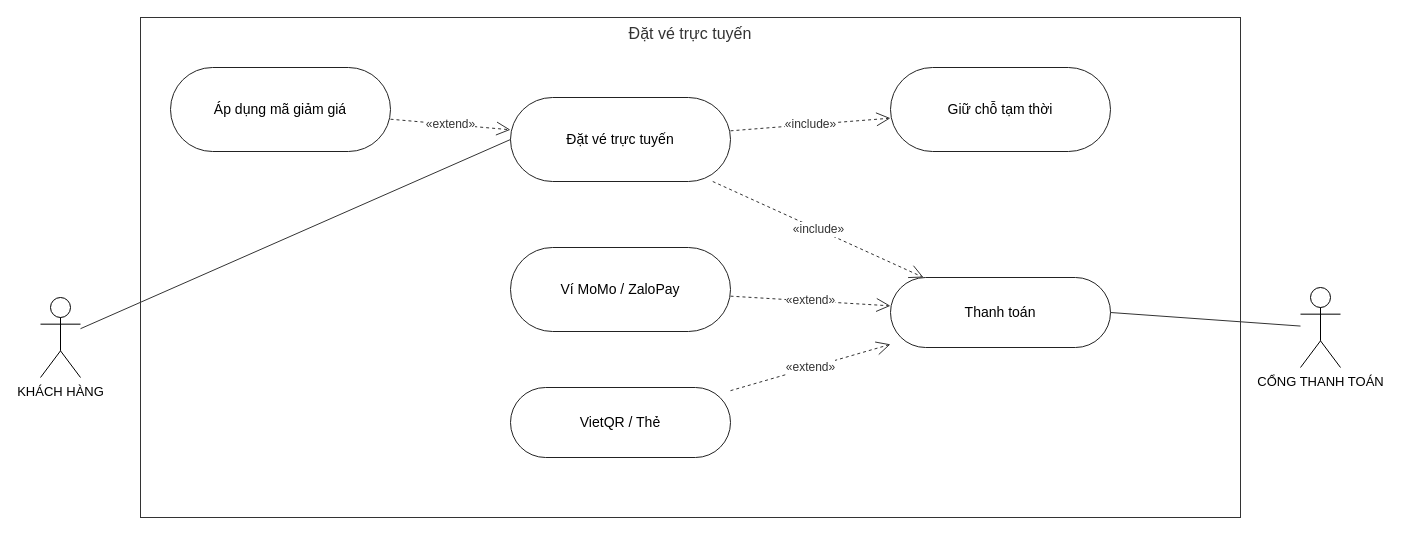
Longcodepro/Project_OOAD_HK1_2026-2027 keeps this draw.io diagram as page "8. Đặt vé trực tuyến" (8 of 19) of docs/use-case/UseCase_DatVeXeKhach.drawio. Above is the earlier version. Source tidied: cells renumbered, new cells numbered last; positions are measured from the earlier drawing's top-left corner, leaving out a move shared by most shapes. Both pictures are drawn from the tidied source at 100%, with x=0, y=0 at pixel (40, 17).
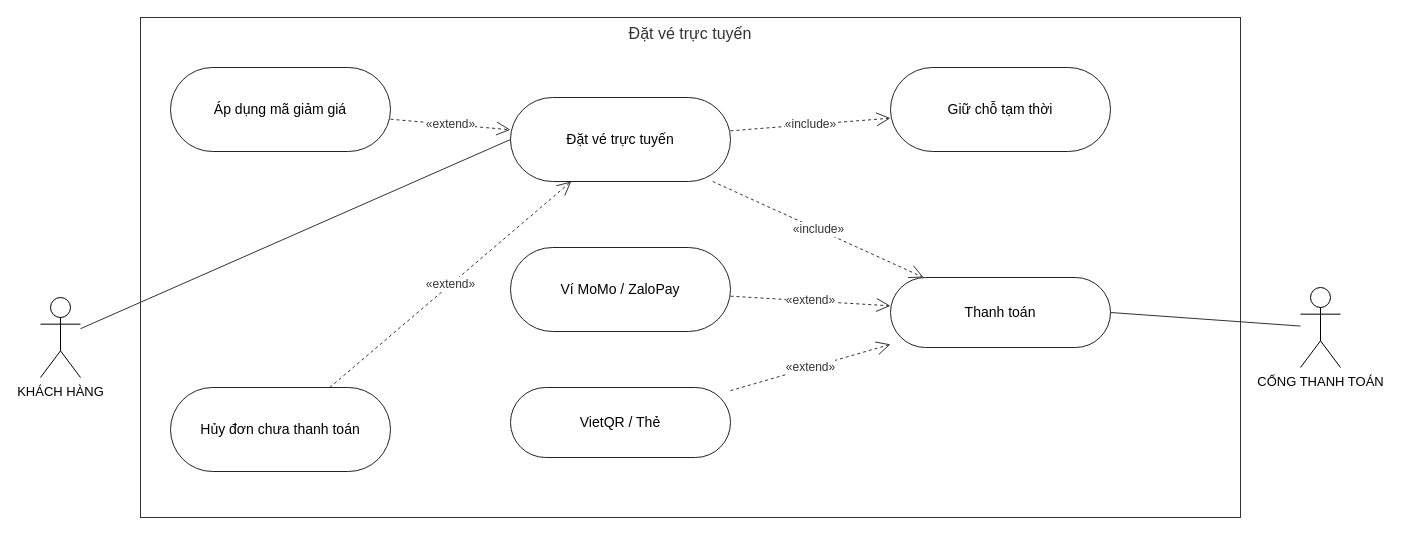
The same page after the edit.

What changed in the source:
```diff
@@
 <mxGraphModel background="#ffffff">
   <root>
     <mxCell id="0" />
     <mxCell id="1" parent="0" />
     <mxCell id="2" value="Đặt vé trực tuyến" style="rounded=0;whiteSpace=wrap;html=1;verticalAlign=top;fontSize=16;fillColor=none;strokeColor=#333333;fontColor=#333333;" parent="1" vertex="1">
       <mxGeometry x="100" width="1100" height="500" as="geometry" />
     </mxCell>
     <mxCell id="3" value="KHÁCH HÀNG" style="shape=umlActor;verticalLabelPosition=bottom;verticalAlign=top;html=1;outlineConnect=0;fontSize=13;fontColor=#000000;strokeColor=#000000;" parent="1" vertex="1">
       <mxGeometry y="280" width="40" height="80" as="geometry" />
     </mxCell>
     <mxCell id="4" value="CỔNG THANH TOÁN" style="shape=umlActor;verticalLabelPosition=bottom;verticalAlign=top;html=1;outlineConnect=0;fontSize=13;fontColor=#000000;strokeColor=#000000;" parent="1" vertex="1">
       <mxGeometry x="1260" y="270" width="40" height="80" as="geometry" />
     </mxCell>
     <mxCell id="5" value="Áp dụng mã giảm giá" style="rounded=1;arcSize=50;whiteSpace=wrap;html=1;fontSize=14;fillColor=#FFFFFF;strokeColor=#222222;fontColor=#000000;" parent="1" vertex="1">
       <mxGeometry x="130" y="50" width="220" height="84" as="geometry" />
     </mxCell>
     <mxCell id="6" value="Đặt vé trực tuyến" style="rounded=1;arcSize=50;whiteSpace=wrap;html=1;fontSize=14;fillColor=#FFFFFF;strokeColor=#222222;fontColor=#000000;" parent="1" vertex="1">
       <mxGeometry x="470" y="80" width="220" height="84" as="geometry" />
     </mxCell>
     <mxCell id="7" value="Giữ chỗ tạm thời" style="rounded=1;arcSize=50;whiteSpace=wrap;html=1;fontSize=14;fillColor=#FFFFFF;strokeColor=#222222;fontColor=#000000;" parent="1" vertex="1">
       <mxGeometry x="850" y="50" width="220" height="84" as="geometry" />
     </mxCell>
     <mxCell id="8" value="Thanh toán" style="rounded=1;arcSize=50;whiteSpace=wrap;html=1;fontSize=14;fillColor=#FFFFFF;strokeColor=#222222;fontColor=#000000;" parent="1" vertex="1">
       <mxGeometry x="850" y="260" width="220" height="70" as="geometry" />
     </mxCell>
     <mxCell id="9" value="Ví MoMo / ZaloPay" style="rounded=1;arcSize=50;whiteSpace=wrap;html=1;fontSize=14;fillColor=#FFFFFF;strokeColor=#222222;fontColor=#000000;" parent="1" vertex="1">
       <mxGeometry x="470" y="230" width="220" height="84" as="geometry" />
     </mxCell>
     <mxCell id="10" value="VietQR / Thẻ" style="rounded=1;arcSize=50;whiteSpace=wrap;html=1;fontSize=14;fillColor=#FFFFFF;strokeColor=#222222;fontColor=#000000;" parent="1" vertex="1">
       <mxGeometry x="470" y="370" width="220" height="70" as="geometry" />
     </mxCell>
     <mxCell id="11" style="endArrow=none;html=1;rounded=0;strokeColor=#333333;entryX=0;entryY=0.5;entryDx=0;entryDy=0;" parent="1" edge="1" source="3" target="6">
       <mxGeometry relative="1" as="geometry" />
     </mxCell>
     <mxCell id="12" style="endArrow=none;html=1;rounded=0;strokeColor=#333333;entryX=1;entryY=0.5;entryDx=0;entryDy=0;" parent="1" edge="1" source="4" target="8">
       <mxGeometry relative="1" as="geometry" />
     </mxCell>
     <mxCell id="13" value="«extend»" style="endArrow=open;endSize=12;dashed=1;html=1;rounded=0;fontSize=12;labelBackgroundColor=#FFFFFF;strokeColor=#333333;fontColor=#333333;" parent="1" edge="1" source="5" target="6">
       <mxGeometry relative="1" as="geometry" />
     </mxCell>
     <mxCell id="14" value="«include»" style="endArrow=open;endSize=12;dashed=1;html=1;rounded=0;fontSize=12;labelBackgroundColor=#FFFFFF;strokeColor=#333333;fontColor=#333333;" parent="1" edge="1" source="6" target="7">
       <mxGeometry relative="1" as="geometry" />
     </mxCell>
     <mxCell id="15" value="«include»" style="endArrow=open;endSize=12;dashed=1;html=1;rounded=0;fontSize=12;labelBackgroundColor=#FFFFFF;strokeColor=#333333;fontColor=#333333;" parent="1" edge="1" source="6" target="8">
       <mxGeometry relative="1" as="geometry" />
     </mxCell>
     <mxCell id="16" value="«extend»" style="endArrow=open;endSize=12;dashed=1;html=1;rounded=0;fontSize=12;labelBackgroundColor=#FFFFFF;strokeColor=#333333;fontColor=#333333;" parent="1" edge="1" source="9" target="8">
       <mxGeometry relative="1" as="geometry" />
     </mxCell>
     <mxCell id="17" value="«extend»" style="endArrow=open;endSize=12;dashed=1;html=1;rounded=0;fontSize=12;labelBackgroundColor=#FFFFFF;strokeColor=#333333;fontColor=#333333;" parent="1" edge="1" source="10" target="8">
       <mxGeometry relative="1" as="geometry" />
     </mxCell>
+    <mxCell id="18" value="Hủy đơn chưa thanh toán" style="rounded=1;arcSize=50;whiteSpace=wrap;html=1;fontSize=14;fillColor=#FFFFFF;strokeColor=#222222;fontColor=#000000;" parent="1" vertex="1">
+      <mxGeometry x="130" y="370" width="220" height="84" as="geometry" />
+    </mxCell>
+    <mxCell id="19" value="«extend»" style="endArrow=open;endSize=12;dashed=1;html=1;rounded=0;fontSize=12;labelBackgroundColor=#FFFFFF;strokeColor=#333333;fontColor=#333333;" parent="1" edge="1" source="18" target="6">
+      <mxGeometry relative="1" as="geometry" />
+    </mxCell>
   </root>
 </mxGraphModel>
```
